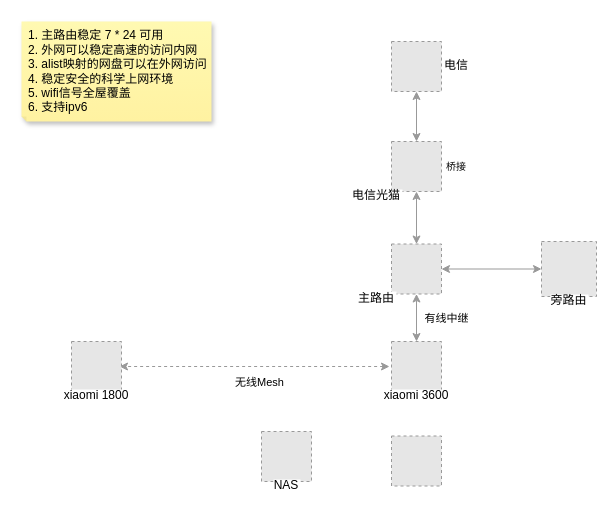
Above: page "第 6 页" (6 of 6) of openwrt.drawio in quboqin/drawio (draw.io), before the change. Source tidied: cells renumbered, new cells numbered last; positions are measured from the earlier drawing's top-left corner, leaving out a move shared by most shapes. Both pictures are drawn from the tidied source at 100%, with x=0, y=0 at pixel (21, 21). Pictures stored in the file or linked from it are replaced by grey dashed boxes.
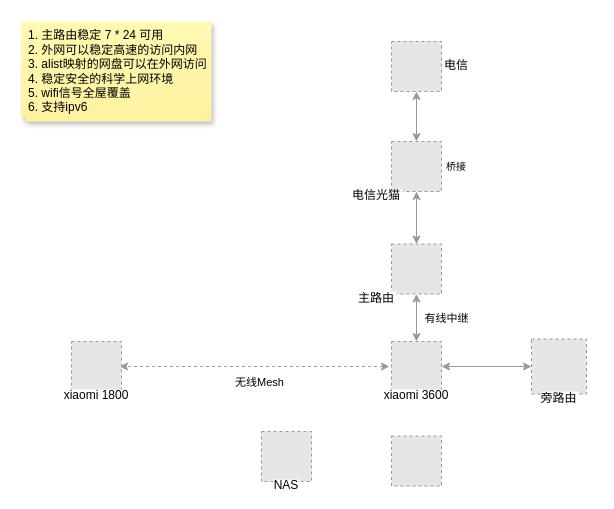
The same page after the edit.

What changed in the source:
```diff
@@
 <mxGraphModel>
   <root>
     <mxCell id="0" />
     <mxCell id="1" parent="0" />
     <mxCell id="2" style="edgeStyle=orthogonalEdgeStyle;rounded=0;jettySize=auto;html=1;entryX=0.5;entryY=0;entryDx=0;entryDy=0;startArrow=classic;startFill=1;strokeColor=#999999;" parent="1" edge="1" source="3" target="5">
       <mxGeometry relative="1" as="geometry" />
     </mxCell>
     <mxCell id="3" value="电信" style="fillColor=#E6E6E6;strokeColor=#999999;dashed=1;verticalLabelPosition=bottom;labelBackgroundColor=default;verticalAlign=top;spacingLeft=80;spacingTop=-40;" parent="1" vertex="1">
       <mxGeometry x="370" y="20" width="50" height="50" as="geometry" />
     </mxCell>
     <mxCell id="4" style="edgeStyle=orthogonalEdgeStyle;rounded=0;jettySize=auto;html=1;entryX=0.5;entryY=0;entryDx=0;entryDy=0;startArrow=classic;startFill=1;strokeColor=#999999;" parent="1" edge="1" source="5" target="8">
       <mxGeometry relative="1" as="geometry" />
     </mxCell>
     <mxCell id="5" value="电信光猫" style="fillColor=#E6E6E6;strokeColor=#999999;dashed=1;verticalLabelPosition=bottom;labelBackgroundColor=default;verticalAlign=top;spacingTop=-10;spacingLeft=-80;" parent="1" vertex="1">
       <mxGeometry x="370" y="120" width="50" height="50" as="geometry" />
     </mxCell>
-    <mxCell id="6" style="edgeStyle=orthogonalEdgeStyle;rounded=0;jettySize=auto;html=1;startArrow=classic;startFill=1;strokeColor=#999999;" parent="1" edge="1" source="8" target="9">
+    <mxCell id="6" style="edgeStyle=orthogonalEdgeStyle;rounded=0;jettySize=auto;html=1;startArrow=classic;startFill=1;strokeColor=#999999;exitX=1;exitY=0.5;exitDx=0;exitDy=0;" parent="1" edge="1" source="12" target="9">
       <mxGeometry relative="1" as="geometry" />
     </mxCell>
     <mxCell id="7" value="有线中继" style="edgeStyle=orthogonalEdgeStyle;rounded=0;jettySize=auto;html=1;entryX=0.5;entryY=0;entryDx=0;entryDy=0;startArrow=classic;startFill=1;spacingLeft=60;strokeColor=#999999;" parent="1" edge="1" source="8" target="12">
       <mxGeometry relative="1" as="geometry" />
     </mxCell>
     <mxCell id="8" value="主路由" style="fillColor=#E6E6E6;strokeColor=#999999;dashed=1;verticalLabelPosition=bottom;labelBackgroundColor=default;verticalAlign=top;spacingTop=-10;spacingLeft=-80;" parent="1" vertex="1">
       <mxGeometry x="370" y="222.5" width="50" height="50" as="geometry" />
     </mxCell>
     <mxCell id="9" value="旁路由" style="fillColor=#E6E6E6;strokeColor=#999999;dashed=1;verticalLabelPosition=bottom;labelBackgroundColor=default;verticalAlign=top;spacingTop=-10;" parent="1" vertex="1">
-      <mxGeometry x="520" y="220" width="55" height="55" as="geometry" />
+      <mxGeometry x="510" y="317.5" width="55" height="55" as="geometry" />
     </mxCell>
     <mxCell id="10" style="edgeStyle=orthogonalEdgeStyle;rounded=0;orthogonalLoop=1;jettySize=auto;html=1;entryX=1;entryY=0.5;entryDx=0;entryDy=0;dashed=1;startArrow=classic;startFill=1;spacingTop=0;spacingBottom=20;spacingLeft=0;verticalAlign=top;strokeColor=#999999;" parent="1" edge="1">
       <mxGeometry relative="1" as="geometry">
         <mxPoint x="368" y="345" as="sourcePoint" />
         <mxPoint x="98" y="345" as="targetPoint" />
       </mxGeometry>
     </mxCell>
     <mxCell id="11" value="无线Mesh" style="edgeLabel;html=1;align=center;verticalAlign=middle;" parent="10" vertex="1">
       <mxGeometry x="-0.03" y="-3" relative="1" as="geometry">
         <mxPoint y="18" as="offset" />
       </mxGeometry>
     </mxCell>
     <mxCell id="12" value="xiaomi 3600" style="fillColor=#E6E6E6;strokeColor=#999999;dashed=1;verticalLabelPosition=bottom;labelBackgroundColor=default;verticalAlign=top;spacingTop=-10;" parent="1" vertex="1">
       <mxGeometry x="370" y="320" width="50" height="50" as="geometry" />
     </mxCell>
     <mxCell id="13" value="xiaomi 1800" style="fillColor=#E6E6E6;strokeColor=#999999;dashed=1;verticalLabelPosition=bottom;labelBackgroundColor=default;verticalAlign=top;spacingTop=-10;" parent="1" vertex="1">
       <mxGeometry x="50" y="320" width="50" height="50" as="geometry" />
     </mxCell>
     <mxCell id="14" value="NAS" style="fillColor=#E6E6E6;strokeColor=#999999;dashed=1;verticalLabelPosition=bottom;labelBackgroundColor=default;verticalAlign=top;spacingTop=-10;" parent="1" vertex="1">
       <mxGeometry x="240" y="410" width="50" height="50" as="geometry" />
     </mxCell>
     <mxCell id="15" style="fillColor=#E6E6E6;strokeColor=#999999;dashed=1;verticalLabelPosition=bottom;labelBackgroundColor=default;verticalAlign=top;" parent="1" vertex="1">
       <mxGeometry x="370" y="414.5" width="50" height="50" as="geometry" />
     </mxCell>
     <mxCell id="16" value="&lt;span style=&quot;background-color: transparent; color: light-dark(rgb(0, 0, 0), rgb(237, 237, 237));&quot;&gt;1. 主路由稳定 7 * 24 可用&lt;/span&gt;&lt;br&gt;&lt;span style=&quot;background-color: transparent; color: light-dark(rgb(0, 0, 0), rgb(237, 237, 237));&quot;&gt;2. 外网可以稳定高速的访问内网&lt;/span&gt;&lt;div&gt;&lt;span style=&quot;background-color: transparent; color: light-dark(rgb(0, 0, 0), rgb(237, 237, 237));&quot;&gt;3. alist映射的网盘可以在外网访问&lt;/span&gt;&lt;/div&gt;&lt;div&gt;&lt;span style=&quot;background-color: transparent; color: light-dark(rgb(0, 0, 0), rgb(237, 237, 237));&quot;&gt;4. 稳定安全的科学上网环境&lt;/span&gt;&lt;/div&gt;&lt;div&gt;&lt;span style=&quot;background-color: transparent; color: light-dark(rgb(0, 0, 0), rgb(237, 237, 237));&quot;&gt;5. wifi信号全屋覆盖&lt;/span&gt;&lt;/div&gt;&lt;div&gt;&lt;span style=&quot;background-color: transparent; color: light-dark(rgb(0, 0, 0), rgb(237, 237, 237));&quot;&gt;6. 支持ipv6&lt;/span&gt;&lt;/div&gt;" style="shape=note;whiteSpace=wrap;html=1;backgroundOutline=1;fontColor=#000000;darkOpacity=0.05;fillColor=#FFF9B2;strokeColor=none;fillStyle=solid;direction=west;gradientDirection=north;gradientColor=#FFF2A1;shadow=1;size=5;align=left;spacingLeft=5;" parent="1" vertex="1">
       <mxGeometry width="190" height="100" as="geometry" />
     </mxCell>
     <mxCell id="17" value="桥接" style="text;html=1;align=center;verticalAlign=middle;whiteSpace=wrap;rounded=0;fontSize=10;" parent="1" vertex="1">
       <mxGeometry x="410" y="130" width="50" height="30" as="geometry" />
     </mxCell>
   </root>
 </mxGraphModel>
```
